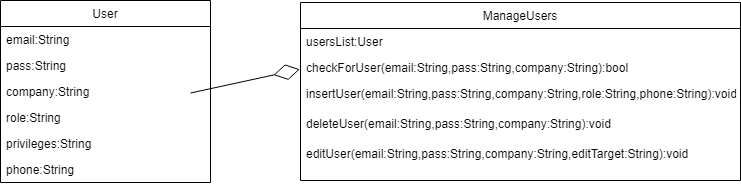
Above: arhitectura/UML/authModule.png in emiradu98/ElecTrik (draw.io), before the change. Source tidied: cells renumbered, new cells last; positions are measured from the earlier drawing's top-left corner, leaving out a move shared by most shapes. Its diagram source:
```xml
<mxGraphModel>
  <root>
    <mxCell id="0" />
    <mxCell id="1" parent="0" />
    <mxCell id="2" value="User" style="swimlane;fontStyle=0;horizontal=1;startSize=26;fillColor=none;" parent="1" vertex="1">
      <mxGeometry width="210" height="182" as="geometry" />
    </mxCell>
    <mxCell id="3" value="email:String&#10;" style="text;strokeColor=none;fillColor=none;align=left;verticalAlign=top;spacingLeft=4;spacingRight=4;overflow=hidden;" parent="2" vertex="1">
      <mxGeometry y="26" width="210" height="26" as="geometry" />
    </mxCell>
    <mxCell id="4" value="pass:String" style="text;strokeColor=none;fillColor=none;align=left;verticalAlign=top;spacingLeft=4;spacingRight=4;overflow=hidden;" parent="2" vertex="1">
      <mxGeometry y="52" width="210" height="26" as="geometry" />
    </mxCell>
    <mxCell id="5" value="company:String&#10;" style="text;strokeColor=none;fillColor=none;align=left;verticalAlign=top;spacingLeft=4;spacingRight=4;overflow=hidden;" parent="2" vertex="1">
      <mxGeometry y="78" width="210" height="26" as="geometry" />
    </mxCell>
    <mxCell id="6" value="role:String&#10;" style="text;strokeColor=none;fillColor=none;align=left;verticalAlign=top;spacingLeft=4;spacingRight=4;overflow=hidden;" parent="2" vertex="1">
      <mxGeometry y="104" width="210" height="26" as="geometry" />
    </mxCell>
    <mxCell id="7" value="privileges:String" style="text;strokeColor=none;fillColor=none;align=left;verticalAlign=top;spacingLeft=4;spacingRight=4;overflow=hidden;" parent="2" vertex="1">
      <mxGeometry y="130" width="210" height="26" as="geometry" />
    </mxCell>
    <mxCell id="8" value="phone:String" style="text;strokeColor=none;fillColor=none;align=left;verticalAlign=top;spacingLeft=4;spacingRight=4;overflow=hidden;" parent="2" vertex="1">
      <mxGeometry y="156" width="210" height="26" as="geometry" />
    </mxCell>
    <mxCell id="9" value="ManageUsers" style="swimlane;fontStyle=0;horizontal=1;startSize=26;fillColor=none;" parent="1" vertex="1">
      <mxGeometry x="300" y="2" width="440" height="178" as="geometry" />
    </mxCell>
    <mxCell id="10" value="usersList:User" style="text;strokeColor=none;fillColor=none;align=left;verticalAlign=top;spacingLeft=4;spacingRight=4;overflow=hidden;" parent="9" vertex="1">
      <mxGeometry y="26" width="440" height="26" as="geometry" />
    </mxCell>
    <mxCell id="11" value="checkForUser(email:String,pass:String,company:String):bool&#10;" style="text;strokeColor=none;fillColor=none;align=left;verticalAlign=top;spacingLeft=4;spacingRight=4;overflow=hidden;" parent="9" vertex="1">
      <mxGeometry y="52" width="440" height="26" as="geometry" />
    </mxCell>
    <mxCell id="12" style="endArrow=diamondThin;endFill=0;endSize=24;html=1;entryX=-0.002;entryY=-0.1;entryDx=0;entryDy=0;entryPerimeter=0;" parent="9" edge="1">
      <mxGeometry relative="1" as="geometry">
        <mxPoint x="-110" y="90.5" as="sourcePoint" />
        <mxPoint x="-0.7" y="66.8" as="targetPoint" />
      </mxGeometry>
    </mxCell>
    <mxCell id="13" value="insertUser(email:String,pass:String,company:String,role:String,phone:String):void&#10;" style="text;strokeColor=none;fillColor=none;align=left;verticalAlign=top;spacingLeft=4;spacingRight=4;overflow=hidden;" parent="9" vertex="1">
      <mxGeometry y="78" width="440" height="30" as="geometry" />
    </mxCell>
    <mxCell id="14" value="deleteUser(email:String,pass:String,company:String):void" style="text;strokeColor=none;fillColor=none;align=left;verticalAlign=top;spacingLeft=4;spacingRight=4;overflow=hidden;" parent="9" vertex="1">
      <mxGeometry y="108" width="440" height="30" as="geometry" />
    </mxCell>
    <mxCell id="15" value="editUser(email:String,pass:String,company:String,editTarget:String):void" style="text;strokeColor=none;fillColor=none;align=left;verticalAlign=top;spacingLeft=4;spacingRight=4;overflow=hidden;" parent="9" vertex="1">
      <mxGeometry y="138" width="440" height="40" as="geometry" />
    </mxCell>
  </root>
</mxGraphModel>
```
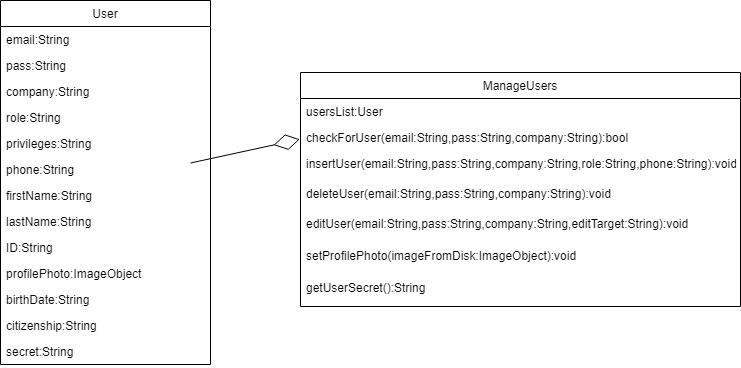
After the commit.

Diff of the diagram source:
```diff
@@ -3,7 +3,7 @@
     <mxCell id="0" />
     <mxCell id="1" parent="0" />
     <mxCell id="2" value="User" style="swimlane;fontStyle=0;horizontal=1;startSize=26;fillColor=none;" parent="1" vertex="1">
-      <mxGeometry width="210" height="182" as="geometry" />
+      <mxGeometry x="20" y="-369" width="210" height="364" as="geometry" />
     </mxCell>
     <mxCell id="3" value="email:String&#10;" style="text;strokeColor=none;fillColor=none;align=left;verticalAlign=top;spacingLeft=4;spacingRight=4;overflow=hidden;" parent="2" vertex="1">
       <mxGeometry y="26" width="210" height="26" as="geometry" />
@@ -23,8 +23,29 @@
     <mxCell id="8" value="phone:String" style="text;strokeColor=none;fillColor=none;align=left;verticalAlign=top;spacingLeft=4;spacingRight=4;overflow=hidden;" parent="2" vertex="1">
       <mxGeometry y="156" width="210" height="26" as="geometry" />
     </mxCell>
+    <mxCell id="16" value="firstName:String" style="text;strokeColor=none;fillColor=none;align=left;verticalAlign=top;spacingLeft=4;spacingRight=4;overflow=hidden;" parent="2" vertex="1">
+      <mxGeometry y="182" width="210" height="26" as="geometry" />
+    </mxCell>
+    <mxCell id="17" value="lastName:String" style="text;strokeColor=none;fillColor=none;align=left;verticalAlign=top;spacingLeft=4;spacingRight=4;overflow=hidden;" parent="2" vertex="1">
+      <mxGeometry y="208" width="210" height="26" as="geometry" />
+    </mxCell>
+    <mxCell id="18" value="ID:String" style="text;strokeColor=none;fillColor=none;align=left;verticalAlign=top;spacingLeft=4;spacingRight=4;overflow=hidden;" parent="2" vertex="1">
+      <mxGeometry y="234" width="210" height="26" as="geometry" />
+    </mxCell>
+    <mxCell id="19" value="profilePhoto:ImageObject" style="text;strokeColor=none;fillColor=none;align=left;verticalAlign=top;spacingLeft=4;spacingRight=4;overflow=hidden;" parent="2" vertex="1">
+      <mxGeometry y="260" width="210" height="26" as="geometry" />
+    </mxCell>
+    <mxCell id="20" value="birthDate:String&#10;" style="text;strokeColor=none;fillColor=none;align=left;verticalAlign=top;spacingLeft=4;spacingRight=4;overflow=hidden;" parent="2" vertex="1">
+      <mxGeometry y="286" width="210" height="26" as="geometry" />
+    </mxCell>
+    <mxCell id="21" value="citizenship:String" style="text;strokeColor=none;fillColor=none;align=left;verticalAlign=top;spacingLeft=4;spacingRight=4;overflow=hidden;" parent="2" vertex="1">
+      <mxGeometry y="312" width="210" height="26" as="geometry" />
+    </mxCell>
+    <mxCell id="22" value="secret:String" style="text;strokeColor=none;fillColor=none;align=left;verticalAlign=top;spacingLeft=4;spacingRight=4;overflow=hidden;" parent="2" vertex="1">
+      <mxGeometry y="338" width="210" height="26" as="geometry" />
+    </mxCell>
     <mxCell id="9" value="ManageUsers" style="swimlane;fontStyle=0;horizontal=1;startSize=26;fillColor=none;" parent="1" vertex="1">
-      <mxGeometry x="300" y="2" width="440" height="178" as="geometry" />
+      <mxGeometry x="320" y="-297" width="440" height="234" as="geometry" />
     </mxCell>
     <mxCell id="10" value="usersList:User" style="text;strokeColor=none;fillColor=none;align=left;verticalAlign=top;spacingLeft=4;spacingRight=4;overflow=hidden;" parent="9" vertex="1">
       <mxGeometry y="26" width="440" height="26" as="geometry" />
@@ -32,12 +53,12 @@
     <mxCell id="11" value="checkForUser(email:String,pass:String,company:String):bool&#10;" style="text;strokeColor=none;fillColor=none;align=left;verticalAlign=top;spacingLeft=4;spacingRight=4;overflow=hidden;" parent="9" vertex="1">
       <mxGeometry y="52" width="440" height="26" as="geometry" />
     </mxCell>
-    <mxCell id="12" style="endArrow=diamondThin;endFill=0;endSize=24;html=1;entryX=-0.002;entryY=-0.1;entryDx=0;entryDy=0;entryPerimeter=0;" parent="9" edge="1">
-      <mxGeometry relative="1" as="geometry">
-        <mxPoint x="-110" y="90.5" as="sourcePoint" />
-        <mxPoint x="-0.7" y="66.8" as="targetPoint" />
-      </mxGeometry>
-    </mxCell>
+    <mxCell id="23" style="endArrow=diamondThin;endFill=0;endSize=24;html=1;entryX=-0.002;entryY=-0.1;entryDx=0;entryDy=0;entryPerimeter=0;" parent="9" edge="1">
+      <mxGeometry relative="1" as="geometry">
+        <mxPoint x="-110" y="90.5" as="sourcePoint" />
+        <mxPoint x="-0.7" y="66.8" as="targetPoint" />
+      </mxGeometry>
+    </mxCell>
     <mxCell id="13" value="insertUser(email:String,pass:String,company:String,role:String,phone:String):void&#10;" style="text;strokeColor=none;fillColor=none;align=left;verticalAlign=top;spacingLeft=4;spacingRight=4;overflow=hidden;" parent="9" vertex="1">
       <mxGeometry y="78" width="440" height="30" as="geometry" />
     </mxCell>
@@ -45,7 +66,13 @@
       <mxGeometry y="108" width="440" height="30" as="geometry" />
     </mxCell>
     <mxCell id="15" value="editUser(email:String,pass:String,company:String,editTarget:String):void" style="text;strokeColor=none;fillColor=none;align=left;verticalAlign=top;spacingLeft=4;spacingRight=4;overflow=hidden;" parent="9" vertex="1">
-      <mxGeometry y="138" width="440" height="40" as="geometry" />
+      <mxGeometry y="138" width="440" height="32" as="geometry" />
     </mxCell>
+    <mxCell id="24" value="setProfilePhoto(imageFromDisk:ImageObject):void" style="text;strokeColor=none;fillColor=none;align=left;verticalAlign=top;spacingLeft=4;spacingRight=4;overflow=hidden;" parent="9" vertex="1">
+      <mxGeometry y="170" width="440" height="32" as="geometry" />
+    </mxCell>
+    <mxCell id="25" value="getUserSecret():String" style="text;strokeColor=none;fillColor=none;align=left;verticalAlign=top;spacingLeft=4;spacingRight=4;overflow=hidden;" parent="9" vertex="1">
+      <mxGeometry y="202" width="440" height="32" as="geometry" />
+    </mxCell>
   </root>
 </mxGraphModel>
```
